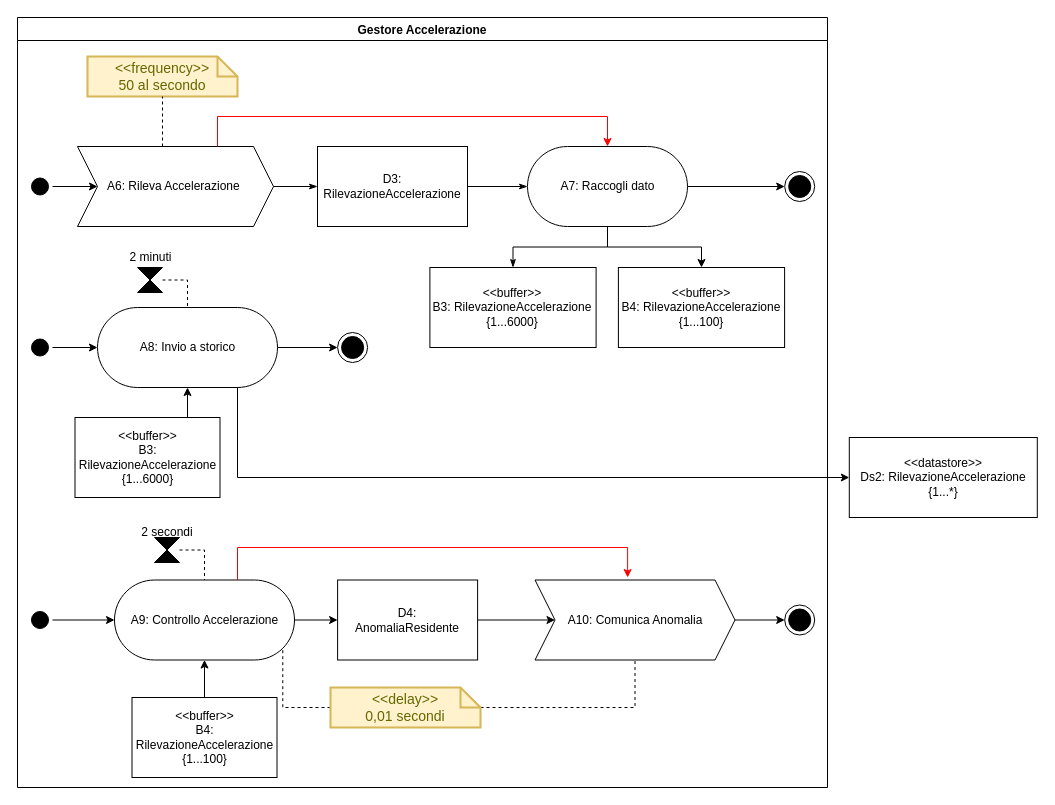
Above: page "Gestore Accelerazione" (3 of 6) of Progetto/Diagrammi_Attivita/DiagrammiAttivita.drawio in Wonderjack996/unimib-software-architecture (draw.io), before the change. Source tidied: cells renumbered, new cells numbered last; positions are measured from the earlier drawing's top-left corner, leaving out a move shared by most shapes. Both pictures are drawn from the tidied source at 100%, with x=0, y=0 at pixel (17, 17).
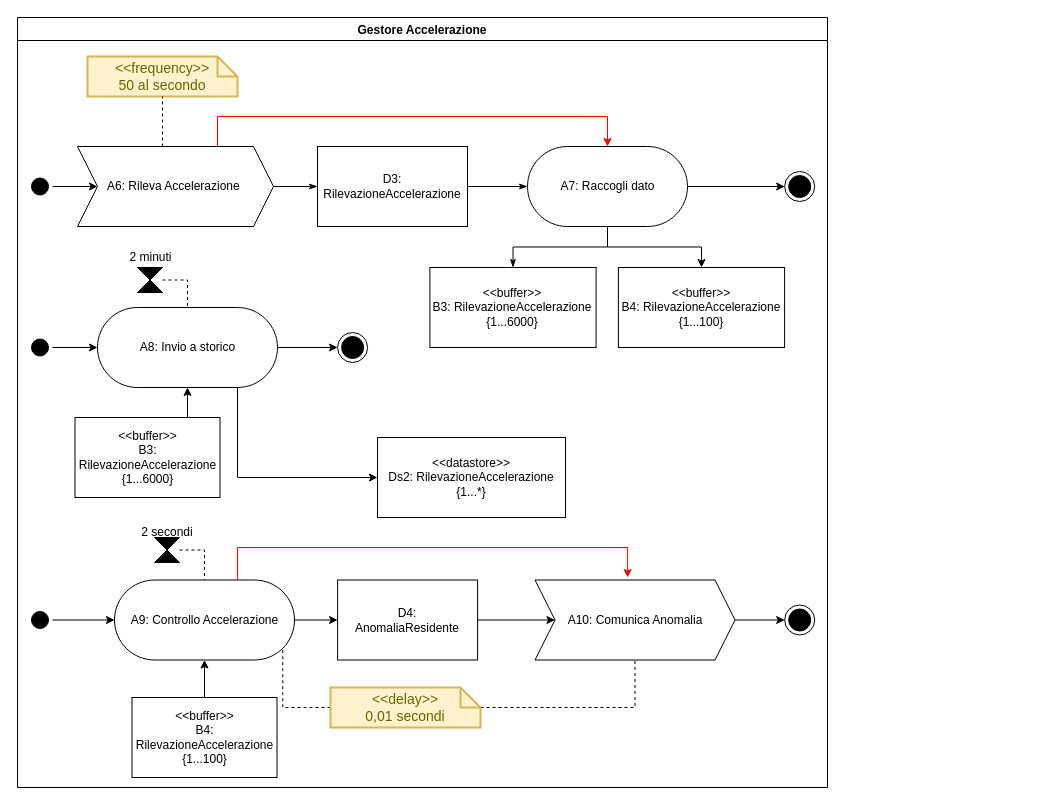
The same page after the edit.

The change refers to these unchanged cells:
```xml
<mxCell id="6" value="Gestore Accelerazione" style="swimlane;" parent="1" vertex="1">
  <mxGeometry width="810" height="770" as="geometry" />
</mxCell>
<mxCell id="8" value="&lt;div&gt;A8: Invio a storico&lt;/div&gt;" style="html=1;dashed=0;whitespace=wrap;shape=mxgraph.dfd.start;" parent="6" vertex="1">
  <mxGeometry x="80" y="290" width="180" height="80" as="geometry" />
</mxCell>
```

Diff of the diagram source:
```diff
@@
-    <mxCell id="47" value="&lt;div&gt;&amp;lt;&amp;lt;datastore&amp;gt;&amp;gt;&lt;/div&gt;&lt;div&gt;Ds2: RilevazioneAccelerazione&lt;/div&gt;&lt;div&gt;{1...*}&lt;br&gt;&lt;/div&gt;" style="rounded=0;whiteSpace=wrap;html=1;" parent="1" vertex="1">
-      <mxGeometry x="831.8" y="420" width="188" height="80" as="geometry" />
+    <mxCell id="47" value="&lt;div&gt;&amp;lt;&amp;lt;datastore&amp;gt;&amp;gt;&lt;/div&gt;&lt;div&gt;Ds2: RilevazioneAccelerazione&lt;/div&gt;&lt;div&gt;{1...*}&lt;br&gt;&lt;/div&gt;" style="rounded=0;whiteSpace=wrap;html=1;" parent="6" vertex="1">
+      <mxGeometry x="360" y="420" width="188" height="80" as="geometry" />
     </mxCell>
-    <mxCell id="48" style="edgeStyle=orthogonalEdgeStyle;rounded=0;jettySize=auto;html=1;entryX=0;entryY=0.5;entryDx=0;entryDy=0;strokeColor=#000000;endArrow=classic;endFill=1;" parent="1" edge="1" source="8" target="47">
+    <mxCell id="48" style="edgeStyle=orthogonalEdgeStyle;rounded=0;jettySize=auto;html=1;entryX=0;entryY=0.5;entryDx=0;entryDy=0;strokeColor=#000000;endArrow=classic;endFill=1;" parent="6" edge="1" source="8" target="47">
       <mxGeometry relative="1" as="geometry">
         <Array as="points">
           <mxPoint x="220" y="460" />
         </Array>
       </mxGeometry>
     </mxCell>
```
